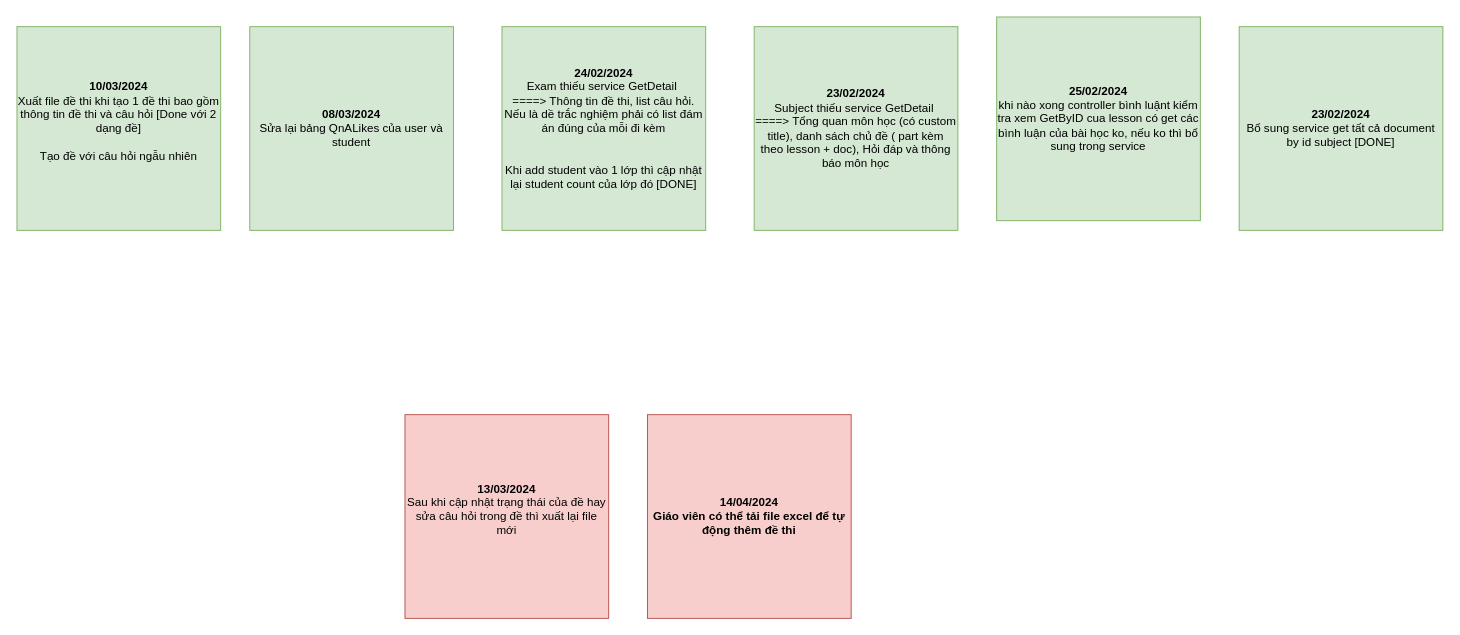
This is page "Note" (3 of 3) of Internship_BACKEND_2024_02_02.01.2024_LamSamChan_LMS - Elibrary_Diagram.drawio from LamSamChan/LMS_ELibrary_BE_Intern_Alta, a draw.io file, before an edit. Source tidied: cells renumbered, new cells numbered last; positions are measured from the earlier drawing's top-left corner, leaving out a move shared by most shapes. Both pictures are drawn from the tidied source at 97%, with x=0, y=0 at pixel (16, 16).
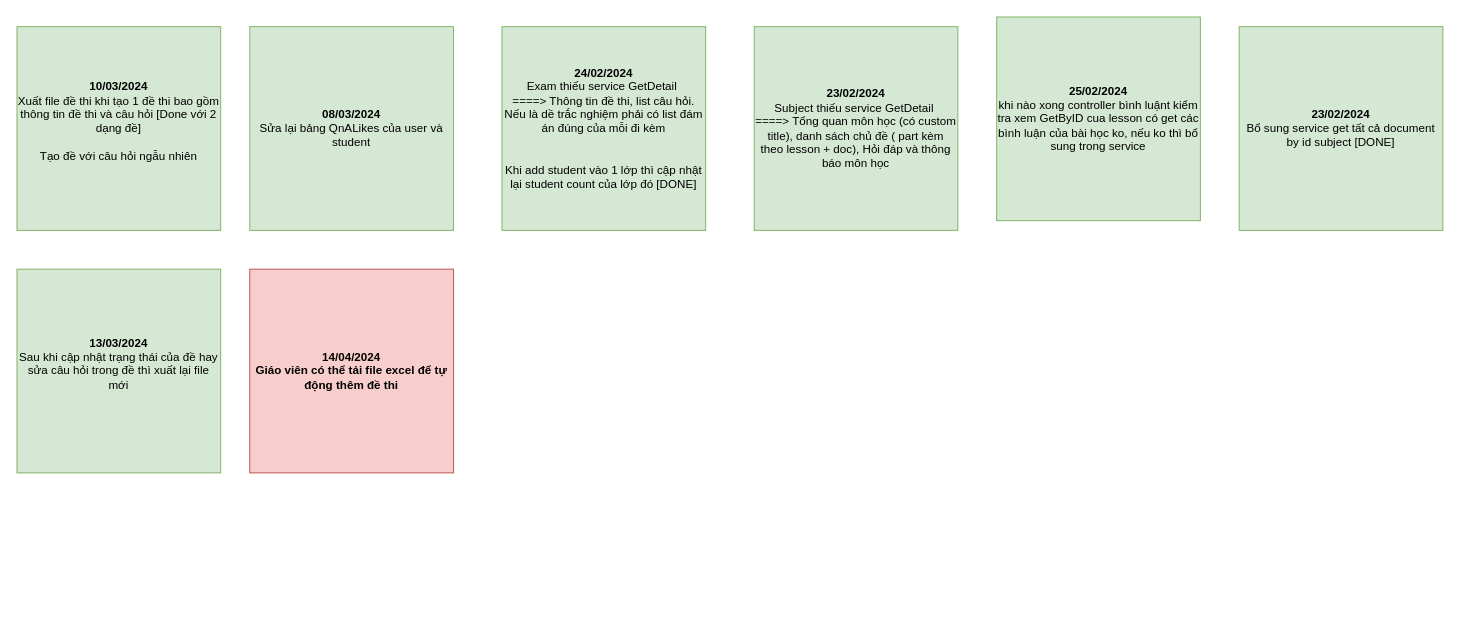
The same diagram, later.

Diff of the diagram source:
```diff
@@
 <mxGraphModel>
   <root>
     <mxCell id="0" />
     <mxCell id="1" parent="0" />
     <mxCell id="2" value="&lt;b&gt;23/02/2024&lt;br&gt;&lt;/b&gt;Bổ sung service get tất cả document by id subject [DONE]" style="whiteSpace=wrap;html=1;fillColor=#d5e8d4;strokeColor=#82b366;" parent="1" vertex="1">
       <mxGeometry x="1260" y="10" width="210" height="210" as="geometry" />
     </mxCell>
     <mxCell id="3" value="&lt;b&gt;23/02/2024&lt;br&gt;&lt;/b&gt;Subject thiếu service GetDetail&amp;nbsp;&lt;br&gt;====&amp;gt; Tổng quan môn học (có custom title), danh sách chủ đề ( part kèm theo lesson + doc), Hỏi đáp và thông báo môn học" style="whiteSpace=wrap;html=1;fillColor=#d5e8d4;strokeColor=#82b366;" parent="1" vertex="1">
       <mxGeometry x="760" y="10" width="210" height="210" as="geometry" />
     </mxCell>
     <mxCell id="4" value="&lt;b&gt;24/02/2024&lt;br&gt;&lt;/b&gt;Exam thiếu service GetDetail&amp;nbsp;&lt;br&gt;====&amp;gt; Thông tin đề thi, list câu hỏi. Nếu là dề trắc nghiệm phải có list đám án đúng của mỗi đi kèm&lt;br&gt;&lt;br&gt;&lt;br&gt;Khi add student vào 1 lớp thì cập nhật lại student count của lớp đó [DONE]" style="whiteSpace=wrap;html=1;fillColor=#d5e8d4;strokeColor=#82b366;" parent="1" vertex="1">
       <mxGeometry x="500" y="10" width="210" height="210" as="geometry" />
     </mxCell>
     <mxCell id="5" value="&lt;b&gt;25/02/2024&lt;br&gt;&lt;/b&gt;khi nào xong controller bình luậnt kiểm tra xem GetByID cua lesson có get các bình luận của bài học ko, nếu ko thì bổ sung trong service" style="whiteSpace=wrap;html=1;fillColor=#d5e8d4;strokeColor=#82b366;" parent="1" vertex="1">
       <mxGeometry x="1010" width="210" height="210" as="geometry" />
     </mxCell>
     <mxCell id="6" value="&lt;b&gt;08/03/2024&lt;br&gt;&lt;/b&gt;Sửa lại bảng&amp;nbsp;QnALikes của user và student" style="whiteSpace=wrap;html=1;fillColor=#d5e8d4;strokeColor=#82b366;" parent="1" vertex="1">
       <mxGeometry x="240" y="10" width="210" height="210" as="geometry" />
     </mxCell>
     <mxCell id="7" value="&lt;b&gt;10/03/2024&lt;br&gt;&lt;/b&gt;Xuất file đề thi khi tạo 1 đề thi bao gồm thông tin đề thi và câu hỏi [Done với 2 dạng đề]&lt;br&gt;&lt;br&gt;Tạo đề với câu hỏi ngẫu nhiên&lt;div&gt;&lt;br&gt;&lt;/div&gt;" style="whiteSpace=wrap;html=1;fillColor=#d5e8d4;strokeColor=#82b366;" parent="1" vertex="1">
       <mxGeometry y="10" width="210" height="210" as="geometry" />
     </mxCell>
-    <mxCell id="8" value="&lt;b&gt;13/03/2024&lt;br&gt;&lt;/b&gt;Sau khi cập nhật trạng thái của đề hay sửa câu hỏi trong đề thì xuất lại file mới&lt;div&gt;&lt;br/&gt;&lt;/div&gt;" style="whiteSpace=wrap;html=1;fillColor=#f8cecc;strokeColor=#b85450;" parent="1" vertex="1">
-      <mxGeometry x="400" y="410" width="210" height="210" as="geometry" />
+    <mxCell id="8" value="&lt;b&gt;13/03/2024&lt;br&gt;&lt;/b&gt;Sau khi cập nhật trạng thái của đề hay sửa câu hỏi trong đề thì xuất lại file mới&lt;div&gt;&lt;br/&gt;&lt;/div&gt;" style="whiteSpace=wrap;html=1;fillColor=#d5e8d4;strokeColor=#82b366;" parent="1" vertex="1">
+      <mxGeometry y="260" width="210" height="210" as="geometry" />
     </mxCell>
     <mxCell id="9" value="&lt;b&gt;14/04/2024&lt;br&gt;Giáo viên có thể tải file excel để tự động thêm đề thi&lt;br&gt;&lt;/b&gt;" style="whiteSpace=wrap;html=1;fillColor=#f8cecc;strokeColor=#b85450;" parent="1" vertex="1">
-      <mxGeometry x="650" y="410" width="210" height="210" as="geometry" />
+      <mxGeometry x="240" y="260" width="210" height="210" as="geometry" />
     </mxCell>
   </root>
 </mxGraphModel>
```
